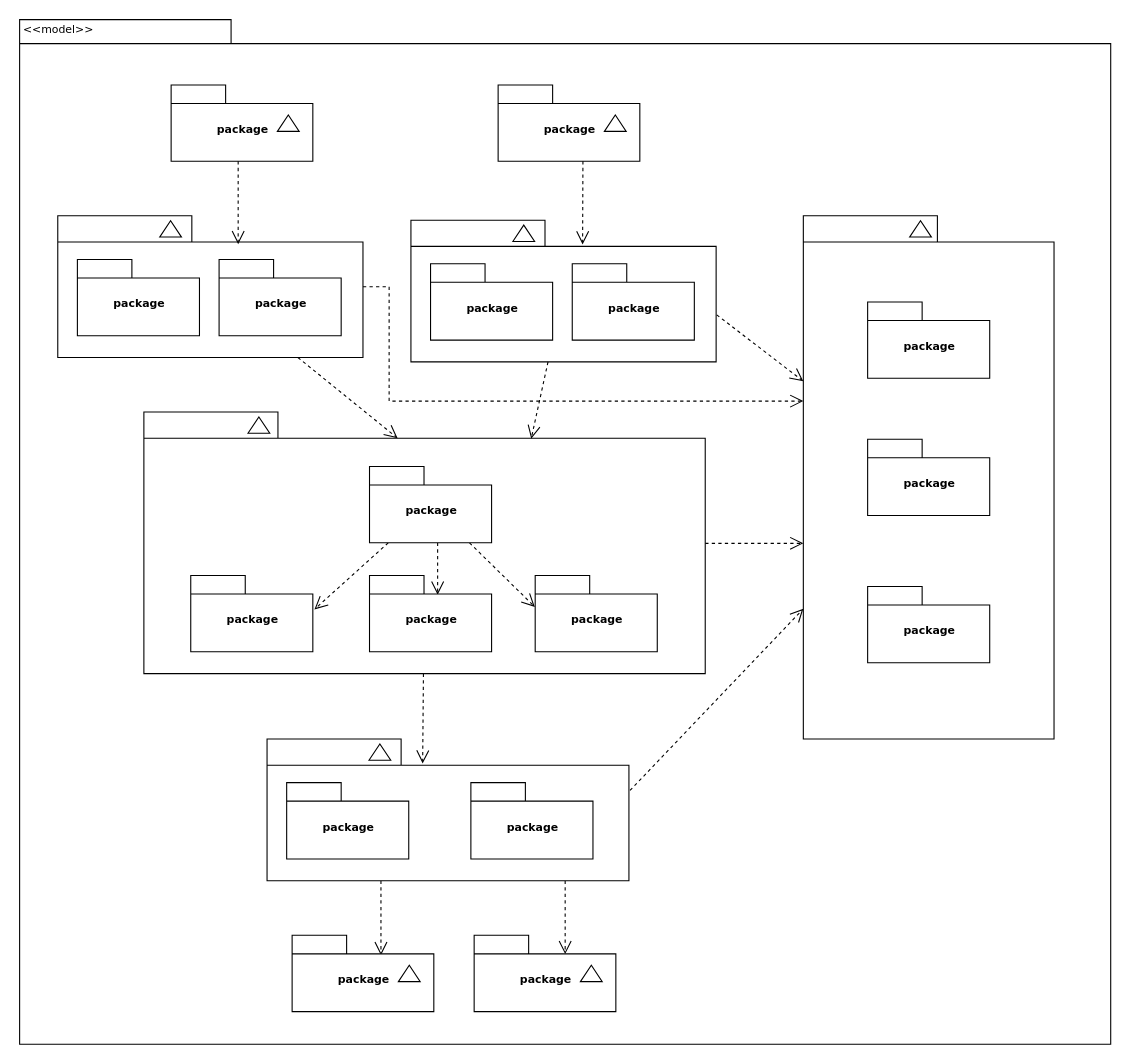
This is files/projeto.drawio from robert22alves/projeto_mc322, a draw.io file, before an edit. Source tidied: cells renumbered, new cells numbered last; positions are measured from the earlier drawing's top-left corner, leaving out a move shared by most shapes. Both pictures are drawn from the tidied source at 109%, with x=0, y=0 at pixel (19, 19).
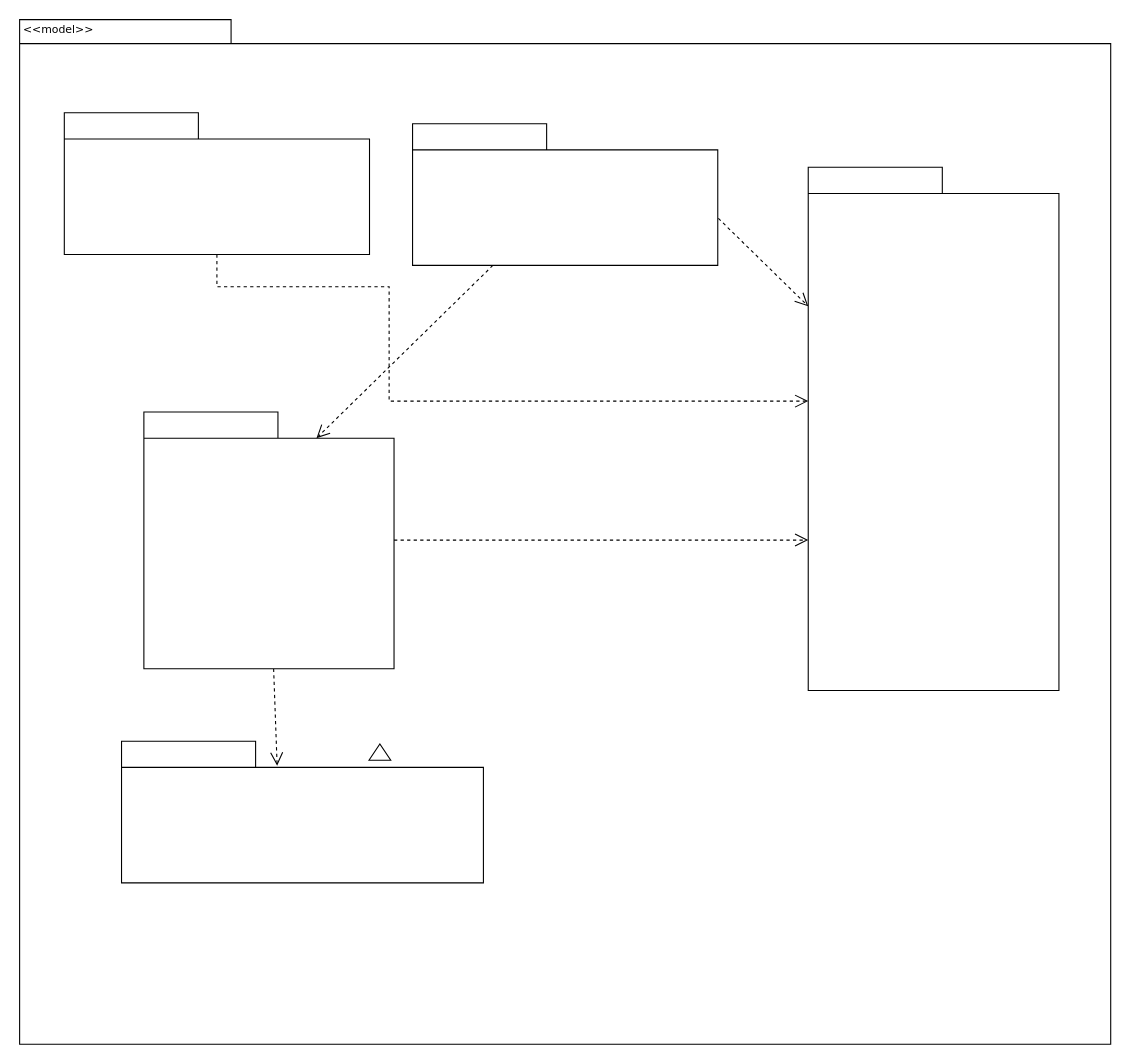
After the change.

The change refers to these unchanged cells:
```xml
<mxCell id="10" style="shape=folder;fontStyle=1;spacingTop=10;tabWidth=123;tabHeight=24;tabPosition=left;html=1;rounded=0;shadow=0;comic=0;labelBackgroundColor=none;strokeWidth=1;fontFamily=Verdana;fontSize=10;align=center;" parent="9" vertex="1">
  <mxGeometry width="280" height="130" as="geometry" />
</mxCell>
<mxCell id="20" style="group;" parent="19" vertex="1">
  <mxGeometry width="230" height="480" as="geometry" />
</mxCell>
<mxCell id="21" style="shape=folder;fontStyle=1;spacingTop=10;tabWidth=123;tabHeight=24;tabPosition=left;html=1;rounded=0;shadow=0;comic=0;labelBackgroundColor=none;strokeWidth=1;fontFamily=Verdana;fontSize=10;align=center;" parent="20" vertex="1">
  <mxGeometry width="230" height="480" as="geometry" />
</mxCell>
```

Diff of the diagram source:
```diff
@@
-    <mxCell id="3" style="group;" parent="1" vertex="1">
-      <mxGeometry x="139.5" y="60.5" width="130" height="70" as="geometry" />
-    </mxCell>
-    <mxCell id="4" value="package" style="shape=folder;fontStyle=1;spacingTop=10;tabWidth=50;tabHeight=17;tabPosition=left;html=1;rounded=0;shadow=0;comic=0;labelBackgroundColor=none;strokeWidth=1;fontFamily=Verdana;fontSize=10;align=center;" parent="3" vertex="1">
-      <mxGeometry width="130" height="70" as="geometry" />
-    </mxCell>
-    <mxCell id="5" style="triangle;whiteSpace=wrap;html=1;rounded=0;shadow=0;comic=0;labelBackgroundColor=none;strokeWidth=1;fontFamily=Verdana;fontSize=10;align=center;rotation=-90;" parent="3" vertex="1">
-      <mxGeometry x="100" y="25" width="15" height="20" as="geometry" />
-    </mxCell>
-    <mxCell id="6" style="group;" parent="1" vertex="1">
-      <mxGeometry x="439.5" y="60.5" width="130" height="70" as="geometry" />
-    </mxCell>
-    <mxCell id="7" value="package" style="shape=folder;fontStyle=1;spacingTop=10;tabWidth=50;tabHeight=17;tabPosition=left;html=1;rounded=0;shadow=0;comic=0;labelBackgroundColor=none;strokeWidth=1;fontFamily=Verdana;fontSize=10;align=center;" parent="6" vertex="1">
-      <mxGeometry width="130" height="70" as="geometry" />
-    </mxCell>
-    <mxCell id="8" style="triangle;whiteSpace=wrap;html=1;rounded=0;shadow=0;comic=0;labelBackgroundColor=none;strokeWidth=1;fontFamily=Verdana;fontSize=10;align=center;rotation=-90;" parent="6" vertex="1">
-      <mxGeometry x="100" y="25" width="15" height="20" as="geometry" />
-    </mxCell>
     <mxCell id="9" style="group;" parent="1" vertex="1">
-      <mxGeometry x="35.5" y="180.5" width="280" height="130" as="geometry" />
+      <mxGeometry x="41.5" y="86" width="280" height="130" as="geometry" />
     </mxCell>
@@
-    <mxCell id="11" style="triangle;whiteSpace=wrap;html=1;rounded=0;shadow=0;comic=0;labelBackgroundColor=none;strokeWidth=1;fontFamily=Verdana;fontSize=10;align=center;rotation=-90;" parent="9" vertex="1">
-      <mxGeometry x="96" y="2" width="15" height="20" as="geometry" />
-    </mxCell>
-    <mxCell id="12" value="package" style="shape=folder;fontStyle=1;spacingTop=10;tabWidth=50;tabHeight=17;tabPosition=left;html=1;rounded=0;shadow=0;comic=0;labelBackgroundColor=none;strokeWidth=1;fontFamily=Verdana;fontSize=10;align=center;" parent="9" vertex="1">
-      <mxGeometry x="18" y="40" width="112" height="70" as="geometry" />
-    </mxCell>
-    <mxCell id="13" value="package" style="shape=folder;fontStyle=1;spacingTop=10;tabWidth=50;tabHeight=17;tabPosition=left;html=1;rounded=0;shadow=0;comic=0;labelBackgroundColor=none;strokeWidth=1;fontFamily=Verdana;fontSize=10;align=center;" parent="9" vertex="1">
-      <mxGeometry x="148" y="40" width="112" height="70" as="geometry" />
-    </mxCell>
     <mxCell id="14" style="group;" parent="1" vertex="1">
-      <mxGeometry x="359.5" y="184.5" width="280" height="130" as="geometry" />
+      <mxGeometry x="361" y="96" width="280" height="130" as="geometry" />
     </mxCell>
@@
-    <mxCell id="16" style="triangle;whiteSpace=wrap;html=1;rounded=0;shadow=0;comic=0;labelBackgroundColor=none;strokeWidth=1;fontFamily=Verdana;fontSize=10;align=center;rotation=-90;" parent="14" vertex="1">
-      <mxGeometry x="96" y="2" width="15" height="20" as="geometry" />
-    </mxCell>
-    <mxCell id="17" value="package" style="shape=folder;fontStyle=1;spacingTop=10;tabWidth=50;tabHeight=17;tabPosition=left;html=1;rounded=0;shadow=0;comic=0;labelBackgroundColor=none;strokeWidth=1;fontFamily=Verdana;fontSize=10;align=center;" parent="14" vertex="1">
-      <mxGeometry x="18" y="40" width="112" height="70" as="geometry" />
-    </mxCell>
-    <mxCell id="18" value="package" style="shape=folder;fontStyle=1;spacingTop=10;tabWidth=50;tabHeight=17;tabPosition=left;html=1;rounded=0;shadow=0;comic=0;labelBackgroundColor=none;strokeWidth=1;fontFamily=Verdana;fontSize=10;align=center;" parent="14" vertex="1">
-      <mxGeometry x="148" y="40" width="112" height="70" as="geometry" />
-    </mxCell>
     <mxCell id="19" style="group;" parent="1" vertex="1">
-      <mxGeometry x="719.5" y="180.5" width="230" height="480" as="geometry" />
+      <mxGeometry x="724" y="136" width="230" height="480" as="geometry" />
     </mxCell>
@@
-    <mxCell id="22" style="triangle;whiteSpace=wrap;html=1;rounded=0;shadow=0;comic=0;labelBackgroundColor=none;strokeWidth=1;fontFamily=Verdana;fontSize=10;align=center;rotation=-90;" parent="20" vertex="1">
-      <mxGeometry x="100" y="2" width="15" height="20" as="geometry" />
-    </mxCell>
-    <mxCell id="23" value="package" style="shape=folder;fontStyle=1;spacingTop=10;tabWidth=50;tabHeight=17;tabPosition=left;html=1;rounded=0;shadow=0;comic=0;labelBackgroundColor=none;strokeWidth=1;fontFamily=Verdana;fontSize=10;align=center;" parent="20" vertex="1">
-      <mxGeometry x="59" y="79" width="112" height="70" as="geometry" />
-    </mxCell>
-    <mxCell id="24" value="package" style="shape=folder;fontStyle=1;spacingTop=10;tabWidth=50;tabHeight=17;tabPosition=left;html=1;rounded=0;shadow=0;comic=0;labelBackgroundColor=none;strokeWidth=1;fontFamily=Verdana;fontSize=10;align=center;" parent="20" vertex="1">
-      <mxGeometry x="59" y="205" width="112" height="70" as="geometry" />
-    </mxCell>
-    <mxCell id="25" value="package" style="shape=folder;fontStyle=1;spacingTop=10;tabWidth=50;tabHeight=17;tabPosition=left;html=1;rounded=0;shadow=0;comic=0;labelBackgroundColor=none;strokeWidth=1;fontFamily=Verdana;fontSize=10;align=center;" parent="20" vertex="1">
-      <mxGeometry x="59" y="340" width="112" height="70" as="geometry" />
-    </mxCell>
@@
     <mxCell id="28" style="shape=folder;fontStyle=1;spacingTop=10;tabWidth=123;tabHeight=24;tabPosition=left;html=1;rounded=0;shadow=0;comic=0;labelBackgroundColor=none;strokeColor=#000000;strokeWidth=1;fillColor=#ffffff;fontFamily=Verdana;fontSize=10;fontColor=#000000;align=center;" parent="1" vertex="1">
-      <mxGeometry x="114.5" y="360.5" width="515" height="240" as="geometry" />
+      <mxGeometry x="114.5" y="360.5" width="229.5" height="235.5" as="geometry" />
     </mxCell>
-    <mxCell id="29" style="edgeStyle=elbowEdgeStyle;rounded=0;html=1;entryX=0.559;entryY=0.251;entryPerimeter=0;dashed=1;labelBackgroundColor=none;startFill=0;endArrow=open;endFill=0;endSize=10;fontFamily=Verdana;fontSize=10;" parent="1" edge="1" source="32" target="34">
-      <mxGeometry relative="1" as="geometry" />
-    </mxCell>
-    <mxCell id="30" style="edgeStyle=none;rounded=0;html=1;dashed=1;labelBackgroundColor=none;startFill=0;endArrow=open;endFill=0;endSize=10;fontFamily=Verdana;fontSize=10;entryX=-0.003;entryY=0.411;entryPerimeter=0;" parent="1" edge="1" source="32" target="35">
-      <mxGeometry relative="1" as="geometry" />
-    </mxCell>
-    <mxCell id="31" style="edgeStyle=none;rounded=0;html=1;dashed=1;labelBackgroundColor=none;startFill=0;endArrow=open;endFill=0;endSize=10;fontFamily=Verdana;fontSize=10;entryX=1.013;entryY=0.444;entryPerimeter=0;" parent="1" edge="1" source="32" target="33">
-      <mxGeometry relative="1" as="geometry" />
-    </mxCell>
-    <mxCell id="32" value="package" style="shape=folder;fontStyle=1;spacingTop=10;tabWidth=50;tabHeight=17;tabPosition=left;html=1;rounded=0;shadow=0;comic=0;labelBackgroundColor=none;strokeColor=#000000;strokeWidth=1;fillColor=#ffffff;fontFamily=Verdana;fontSize=10;fontColor=#000000;align=center;" parent="1" vertex="1">
-      <mxGeometry x="321.5" y="410.5" width="112" height="70" as="geometry" />
-    </mxCell>
-    <mxCell id="33" value="package" style="shape=folder;fontStyle=1;spacingTop=10;tabWidth=50;tabHeight=17;tabPosition=left;html=1;rounded=0;shadow=0;comic=0;labelBackgroundColor=none;strokeColor=#000000;strokeWidth=1;fillColor=#ffffff;fontFamily=Verdana;fontSize=10;fontColor=#000000;align=center;" parent="1" vertex="1">
-      <mxGeometry x="157.5" y="510.5" width="112" height="70" as="geometry" />
-    </mxCell>
-    <mxCell id="34" value="package" style="shape=folder;fontStyle=1;spacingTop=10;tabWidth=50;tabHeight=17;tabPosition=left;html=1;rounded=0;shadow=0;comic=0;labelBackgroundColor=none;strokeColor=#000000;strokeWidth=1;fillColor=#ffffff;fontFamily=Verdana;fontSize=10;fontColor=#000000;align=center;" parent="1" vertex="1">
-      <mxGeometry x="321.5" y="510.5" width="112" height="70" as="geometry" />
-    </mxCell>
-    <mxCell id="35" value="package" style="shape=folder;fontStyle=1;spacingTop=10;tabWidth=50;tabHeight=17;tabPosition=left;html=1;rounded=0;shadow=0;comic=0;labelBackgroundColor=none;strokeColor=#000000;strokeWidth=1;fillColor=#ffffff;fontFamily=Verdana;fontSize=10;fontColor=#000000;align=center;" parent="1" vertex="1">
-      <mxGeometry x="473.5" y="510.5" width="112" height="70" as="geometry" />
-    </mxCell>
-    <mxCell id="36" style="edgeStyle=elbowEdgeStyle;rounded=0;html=1;entryX=0.628;entryY=0.26;entryPerimeter=0;dashed=1;labelBackgroundColor=none;startFill=0;endArrow=open;endFill=0;endSize=10;fontFamily=Verdana;fontSize=10;" parent="1" edge="1" source="39" target="45">
-      <mxGeometry relative="1" as="geometry" />
-    </mxCell>
-    <mxCell id="37" style="edgeStyle=elbowEdgeStyle;rounded=0;html=1;entryX=0.643;entryY=0.246;entryPerimeter=0;dashed=1;labelBackgroundColor=none;startFill=0;endArrow=open;endFill=0;endSize=10;fontFamily=Verdana;fontSize=10;" parent="1" edge="1" source="39" target="48">
-      <mxGeometry relative="1" as="geometry" />
-    </mxCell>
-    <mxCell id="38" style="edgeStyle=none;rounded=0;html=1;dashed=1;labelBackgroundColor=none;startFill=0;endArrow=open;endFill=0;endSize=10;fontFamily=Verdana;fontSize=10;exitX=1.003;exitY=0.363;exitPerimeter=0;" parent="1" edge="1" source="39" target="21">
-      <mxGeometry relative="1" as="geometry" />
-    </mxCell>
     <mxCell id="39" style="shape=folder;fontStyle=1;spacingTop=10;tabWidth=123;tabHeight=24;tabPosition=left;html=1;rounded=0;shadow=0;comic=0;labelBackgroundColor=none;strokeWidth=1;fontFamily=Verdana;fontSize=10;align=center;" parent="1" vertex="1">
-      <mxGeometry x="227.5" y="660.5" width="332" height="130" as="geometry" />
+      <mxGeometry x="94" y="662.5" width="332" height="130" as="geometry" />
     </mxCell>
@@
-    <mxCell id="41" value="package" style="shape=folder;fontStyle=1;spacingTop=10;tabWidth=50;tabHeight=17;tabPosition=left;html=1;rounded=0;shadow=0;comic=0;labelBackgroundColor=none;strokeWidth=1;fontFamily=Verdana;fontSize=10;align=center;" parent="1" vertex="1">
-      <mxGeometry x="245.5" y="700.5" width="112" height="70" as="geometry" />
-    </mxCell>
-    <mxCell id="42" value="package" style="shape=folder;fontStyle=1;spacingTop=10;tabWidth=50;tabHeight=17;tabPosition=left;html=1;rounded=0;shadow=0;comic=0;labelBackgroundColor=none;strokeWidth=1;fontFamily=Verdana;fontSize=10;align=center;" parent="1" vertex="1">
-      <mxGeometry x="414.5" y="700.5" width="112" height="70" as="geometry" />
-    </mxCell>
-    <mxCell id="43" style="triangle;whiteSpace=wrap;html=1;rounded=0;shadow=0;comic=0;labelBackgroundColor=none;strokeColor=#000000;strokeWidth=1;fillColor=#ffffff;fontFamily=Verdana;fontSize=10;fontColor=#000000;align=center;rotation=-90;" parent="1" vertex="1">
-      <mxGeometry x="212.5" y="362.5" width="15" height="20" as="geometry" />
-    </mxCell>
-    <mxCell id="44" style="group;" parent="1" vertex="1">
-      <mxGeometry x="250.5" y="840.6" width="130" height="70" as="geometry" />
-    </mxCell>
-    <mxCell id="45" value="package" style="shape=folder;fontStyle=1;spacingTop=10;tabWidth=50;tabHeight=17;tabPosition=left;html=1;rounded=0;shadow=0;comic=0;labelBackgroundColor=none;strokeWidth=1;fontFamily=Verdana;fontSize=10;align=center;" parent="44" vertex="1">
-      <mxGeometry width="130" height="70" as="geometry" />
-    </mxCell>
-    <mxCell id="46" style="triangle;whiteSpace=wrap;html=1;rounded=0;shadow=0;comic=0;labelBackgroundColor=none;strokeWidth=1;fontFamily=Verdana;fontSize=10;align=center;rotation=-90;" parent="44" vertex="1">
-      <mxGeometry x="100" y="25" width="15" height="20" as="geometry" />
-    </mxCell>
-    <mxCell id="47" style="group;" parent="1" vertex="1">
-      <mxGeometry x="417.5" y="840.6" width="130" height="70" as="geometry" />
-    </mxCell>
-    <mxCell id="48" value="package" style="shape=folder;fontStyle=1;spacingTop=10;tabWidth=50;tabHeight=17;tabPosition=left;html=1;rounded=0;shadow=0;comic=0;labelBackgroundColor=none;strokeWidth=1;fontFamily=Verdana;fontSize=10;align=center;" parent="47" vertex="1">
-      <mxGeometry width="130" height="70" as="geometry" />
-    </mxCell>
-    <mxCell id="49" style="triangle;whiteSpace=wrap;html=1;rounded=0;shadow=0;comic=0;labelBackgroundColor=none;strokeWidth=1;fontFamily=Verdana;fontSize=10;align=center;rotation=-90;" parent="47" vertex="1">
-      <mxGeometry x="100" y="25" width="15" height="20" as="geometry" />
-    </mxCell>
-    <mxCell id="50" style="rounded=0;html=1;dashed=1;labelBackgroundColor=none;startFill=0;endArrow=open;endFill=0;endSize=10;fontFamily=Verdana;fontSize=10;entryX=0.592;entryY=0.2;entryPerimeter=0;edgeStyle=elbowEdgeStyle;" parent="1" edge="1" source="4" target="10">
-      <mxGeometry relative="1" as="geometry" />
-    </mxCell>
-    <mxCell id="51" style="rounded=0;html=1;dashed=1;labelBackgroundColor=none;startFill=0;endArrow=open;endFill=0;endSize=10;fontFamily=Verdana;fontSize=10;entryX=0.592;entryY=0.2;entryPerimeter=0;edgeStyle=elbowEdgeStyle;" parent="1" edge="1">
-      <mxGeometry relative="1" as="geometry">
-        <mxPoint x="517.3" y="130.5" as="sourcePoint" />
-        <mxPoint x="517.3" y="206.8" as="targetPoint" />
-      </mxGeometry>
-    </mxCell>
-    <mxCell id="52" style="rounded=0;html=1;entryX=0.452;entryY=0.1;entryPerimeter=0;dashed=1;labelBackgroundColor=none;startFill=0;endArrow=open;endFill=0;endSize=10;fontFamily=Verdana;fontSize=10;" parent="1" edge="1" source="10" target="28">
-      <mxGeometry relative="1" as="geometry" />
-    </mxCell>
```
